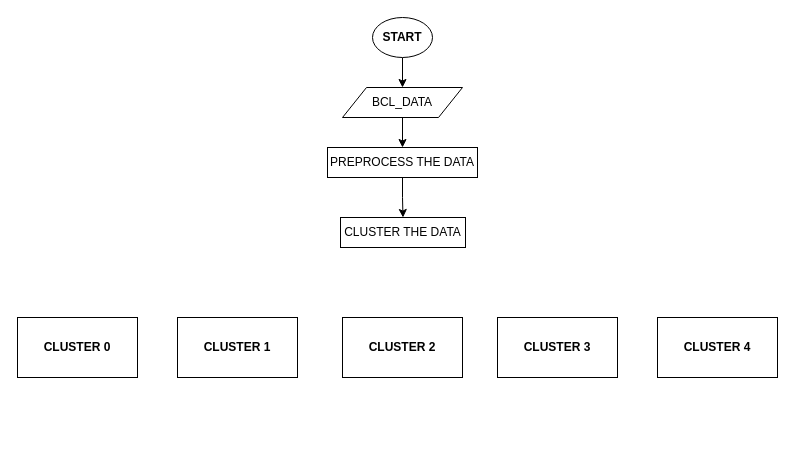
057a7d7f/flowcharts keeps this draw.io diagram as Cluster Analysis.drawio. Above is the earlier version. Source tidied: cells renumbered, new cells numbered last; positions are measured from the earlier drawing's top-left corner, leaving out a move shared by most shapes. Both pictures are drawn from the tidied source at 100%, with x=0, y=0 at pixel (17, 17).
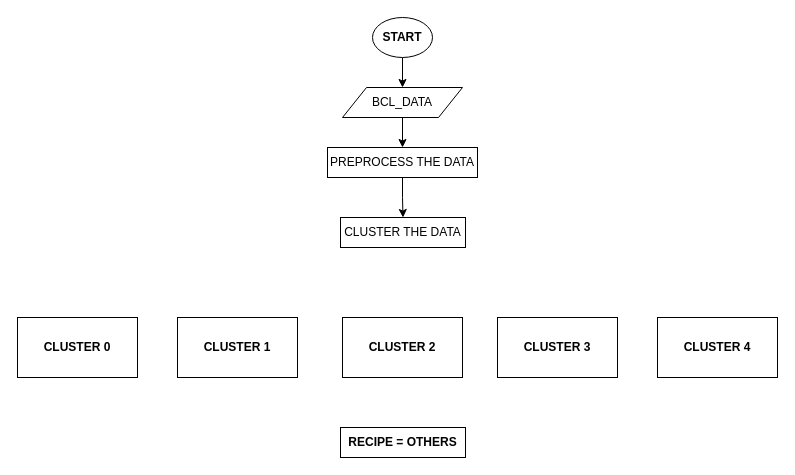
Above is the later version.

What changed in the source:
```diff
@@
 <mxGraphModel>
   <root>
     <mxCell id="0" />
     <mxCell id="1" parent="0" />
     <mxCell id="2" style="edgeStyle=orthogonalEdgeStyle;rounded=0;jettySize=auto;html=1;exitX=0.5;exitY=1;exitDx=0;exitDy=0;entryX=0.5;entryY=0;entryDx=0;entryDy=0;" parent="1" edge="1" source="3" target="5">
       <mxGeometry relative="1" as="geometry" />
     </mxCell>
     <mxCell id="3" value="&lt;b&gt;START&lt;/b&gt;" style="ellipse;whiteSpace=wrap;html=1;" parent="1" vertex="1">
       <mxGeometry x="355" width="60" height="40" as="geometry" />
     </mxCell>
     <mxCell id="4" style="edgeStyle=orthogonalEdgeStyle;rounded=0;jettySize=auto;html=1;exitX=0.5;exitY=1;exitDx=0;exitDy=0;entryX=0.5;entryY=0;entryDx=0;entryDy=0;" parent="1" edge="1" source="5" target="7">
       <mxGeometry relative="1" as="geometry" />
     </mxCell>
     <mxCell id="5" value="&lt;span&gt;BCL_DATA&lt;/span&gt;" style="shape=parallelogram;perimeter=parallelogramPerimeter;whiteSpace=wrap;html=1;fontStyle=0;" parent="1" vertex="1">
       <mxGeometry x="325" y="70" width="120" height="30" as="geometry" />
     </mxCell>
     <mxCell id="6" style="edgeStyle=orthogonalEdgeStyle;rounded=0;jettySize=auto;html=1;exitX=0.5;exitY=1;exitDx=0;exitDy=0;entryX=0.5;entryY=0;entryDx=0;entryDy=0;" parent="1" edge="1" source="7" target="8">
       <mxGeometry relative="1" as="geometry" />
     </mxCell>
     <mxCell id="7" value="PREPROCESS THE DATA" style="rounded=0;whiteSpace=wrap;html=1;" parent="1" vertex="1">
       <mxGeometry x="310" y="130" width="150" height="30" as="geometry" />
     </mxCell>
     <mxCell id="8" value="CLUSTER THE DATA" style="rounded=0;whiteSpace=wrap;html=1;" parent="1" vertex="1">
       <mxGeometry x="323" y="200" width="125" height="30" as="geometry" />
     </mxCell>
     <mxCell id="9" value="CLUSTER 2" style="rounded=0;whiteSpace=wrap;html=1;fontStyle=1;" parent="1" vertex="1">
       <mxGeometry x="325" y="300" width="120" height="60" as="geometry" />
     </mxCell>
     <mxCell id="10" value="CLUSTER 1" style="rounded=0;whiteSpace=wrap;html=1;fontStyle=1;" parent="1" vertex="1">
       <mxGeometry x="160" y="300" width="120" height="60" as="geometry" />
     </mxCell>
     <mxCell id="11" value="CLUSTER 0" style="rounded=0;whiteSpace=wrap;html=1;fontStyle=1;" parent="1" vertex="1">
       <mxGeometry y="300" width="120" height="60" as="geometry" />
     </mxCell>
     <mxCell id="12" value="CLUSTER 3" style="rounded=0;whiteSpace=wrap;html=1;fontStyle=1;" parent="1" vertex="1">
       <mxGeometry x="480" y="300" width="120" height="60" as="geometry" />
     </mxCell>
     <mxCell id="13" value="CLUSTER 4" style="rounded=0;whiteSpace=wrap;html=1;fontStyle=1;" parent="1" vertex="1">
       <mxGeometry x="640" y="300" width="120" height="60" as="geometry" />
     </mxCell>
+    <mxCell id="14" value="&lt;b&gt;RECIPE = OTHERS&lt;/b&gt;" style="rounded=0;whiteSpace=wrap;html=1;" parent="1" vertex="1">
+      <mxGeometry x="323" y="410" width="125" height="30" as="geometry" />
+    </mxCell>
   </root>
 </mxGraphModel>
```
